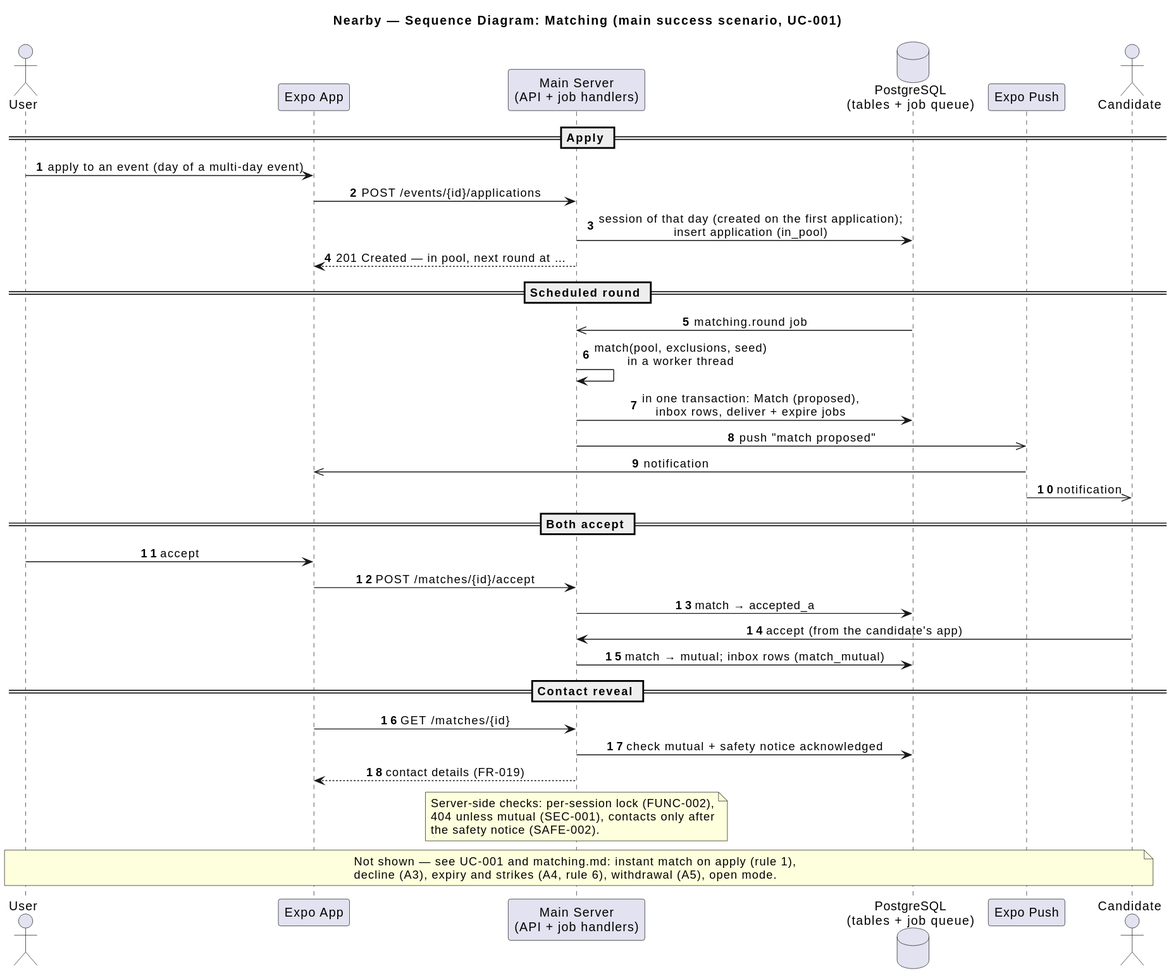
Above: docs/architecture/uml/rendered/sequence-diagram-matching.svg in ukma-fin-ssdm-2026/pun-intended-team (PlantUML), before the change.
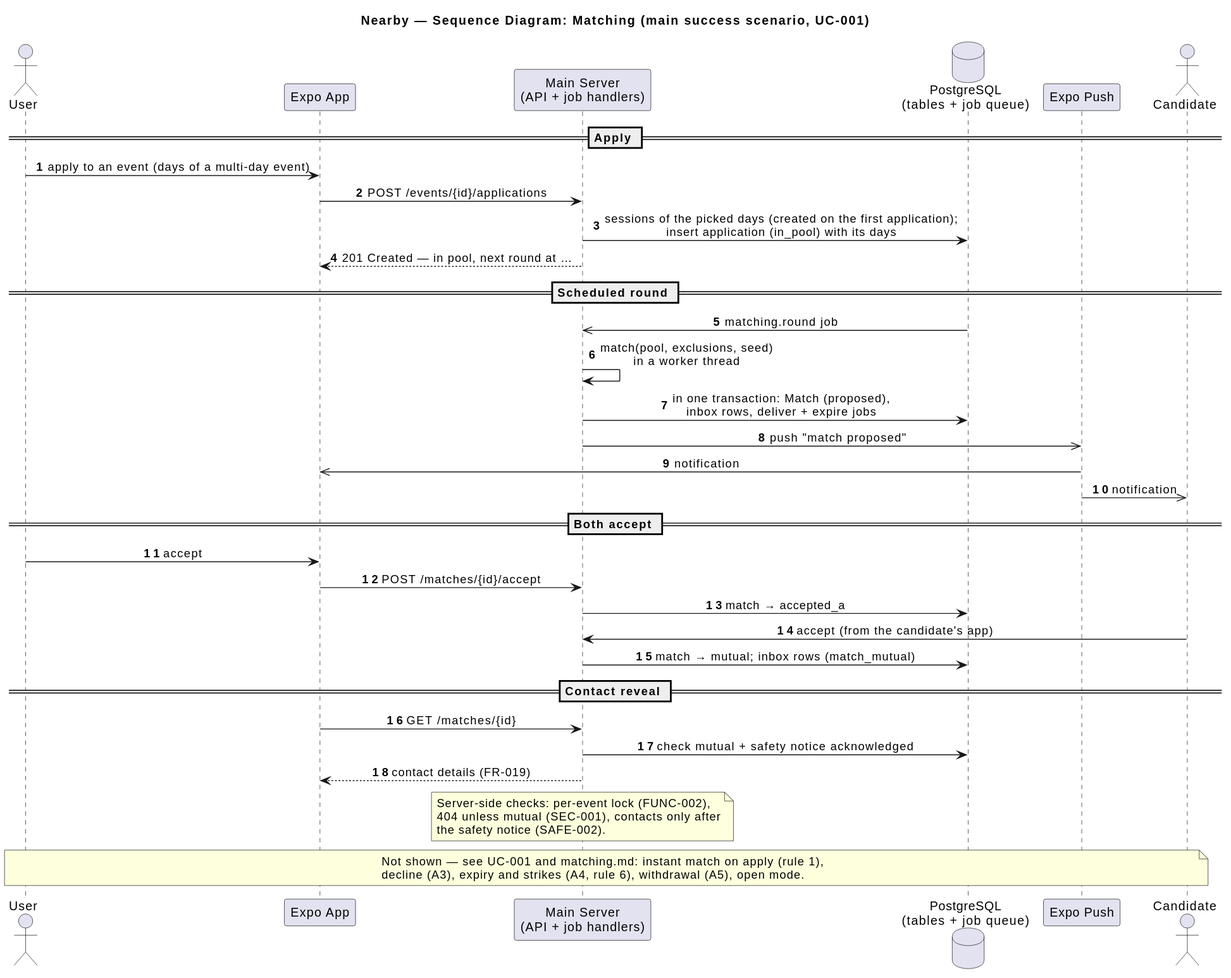
The same diagram one commit later.

The edit, as a diff of the source:
```diff
@@ -15,9 +15,9 @@
 
 == Apply ==
 
-U -> APP : apply to an event (day of a multi-day event)
+U -> APP : apply to an event (days of a multi-day event)
 APP -> SRV : POST /events/{id}/applications
-SRV -> DB : session of that day (created on the first application);\ninsert application (in_pool)
+SRV -> DB : sessions of the picked days (created on the first application);\ninsert application (in_pool) with its days
 SRV --> APP : 201 Created — in pool, next round at …
 
 == Scheduled round ==
@@ -44,7 +44,7 @@
 SRV --> APP : contact details (FR-019)
 
 note over SRV
-  Server-side checks: per-session lock (FUNC-002),
+  Server-side checks: per-event lock (FUNC-002),
   404 unless mutual (SEC-001), contacts only after
   the safety notice (SAFE-002).
 end note
```
